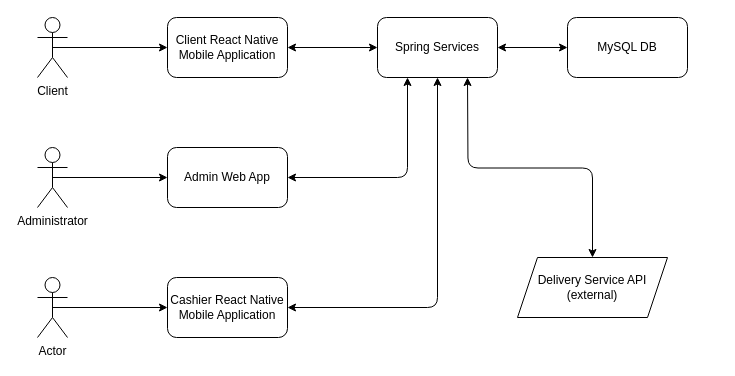
Earlier version of the draw.io diagram doc/arhitectura-sistem.drawio (macovei-alex/PizzeriaQRoman). Source tidied: cells renumbered, new cells numbered last; positions are measured from the earlier drawing's top-left corner, leaving out a move shared by most shapes. Both pictures are drawn from the tidied source at 100%, with x=0, y=0 at pixel (37, 17).
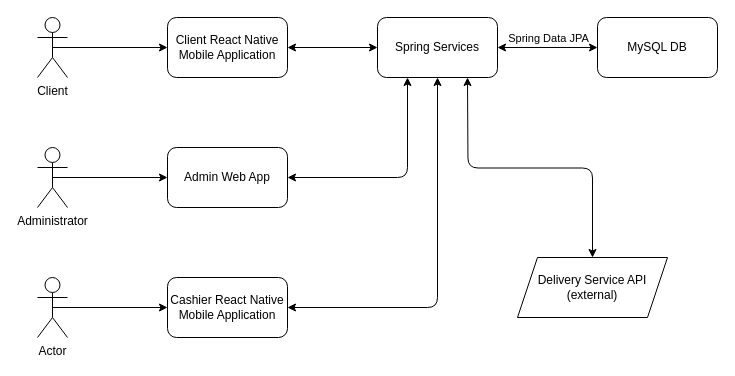
The same diagram, later.

Unchanged cells that the change refers to:
```xml
<mxCell id="3" style="edgeStyle=none;html=1;exitX=1;exitY=0.5;exitDx=0;exitDy=0;entryX=0;entryY=0.5;entryDx=0;entryDy=0;startArrow=classic;startFill=1;" parent="1" edge="1" source="5" target="6">
  <mxGeometry relative="1" as="geometry">
    <Array as="points">
      <mxPoint x="460" y="30" />
    </Array>
  </mxGeometry>
</mxCell>
```

Change to the diagram source:
```diff
@@
+    <mxCell id="20" value="Spring Data JPA" style="edgeLabel;html=1;align=center;verticalAlign=middle;" parent="3" vertex="1">
+      <mxGeometry x="0.26" y="3" relative="1" as="geometry">
+        <mxPoint x="-13" y="-7" as="offset" />
+      </mxGeometry>
+    </mxCell>
@@
     <mxCell id="6" value="MySQL DB" style="rounded=1;whiteSpace=wrap;html=1;" parent="1" vertex="1">
-      <mxGeometry x="530" width="120" height="60" as="geometry" />
+      <mxGeometry x="560" width="120" height="60" as="geometry" />
     </mxCell>
```
